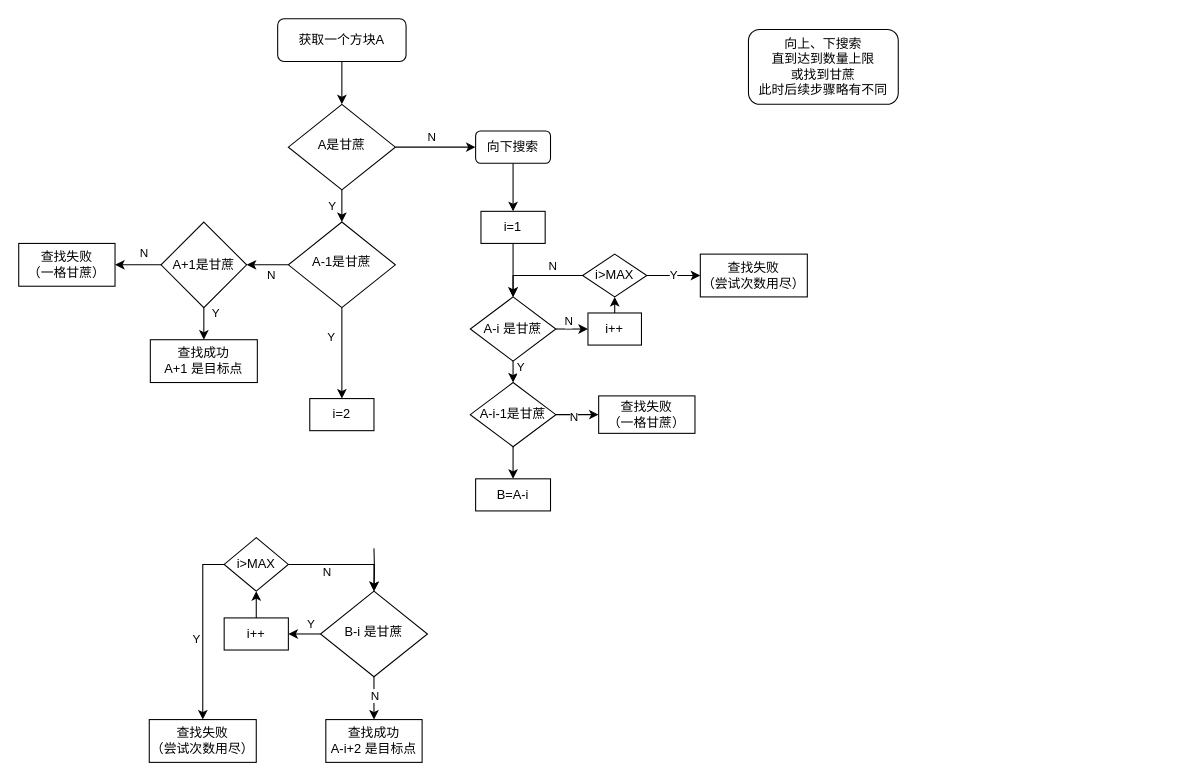
The draw.io diagram Docs/甘蔗寻找算法.drawio in ENIACJushi/TouHouLittleMaidBE, before the edit. Source tidied: cells renumbered, new cells numbered last; positions are measured from the earlier drawing's top-left corner, leaving out a move shared by most shapes. Both pictures are drawn from the tidied source at 107%, with x=0, y=0 at pixel (18, 18).
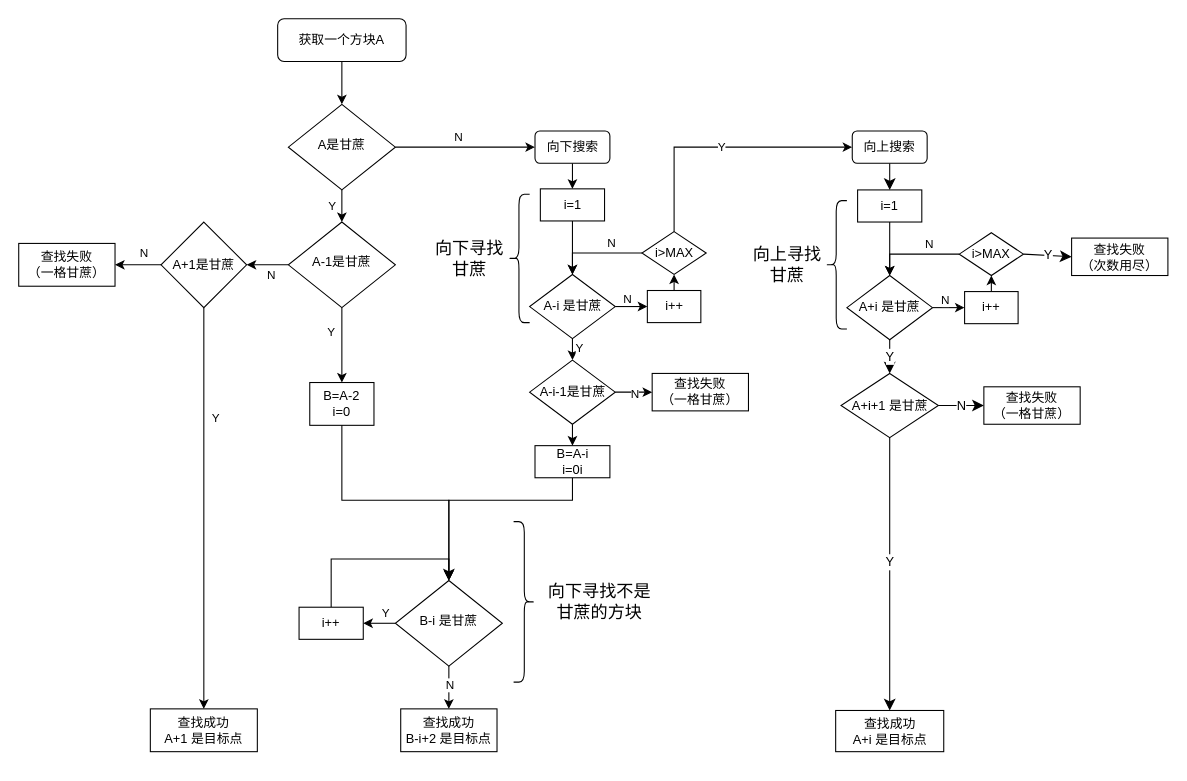
Above is the later version.

The edit, as a diff of the source:
```diff
@@
-    <mxCell id="13" style="edgeStyle=orthogonalEdgeStyle;rounded=0;jettySize=auto;html=1;exitX=0.5;exitY=1;exitDx=0;exitDy=0;" parent="1" edge="1" source="17" target="18">
-      <mxGeometry relative="1" as="geometry" />
-    </mxCell>
-    <mxCell id="14" value="N" style="edgeLabel;html=1;align=center;verticalAlign=middle;" parent="13" vertex="1">
-      <mxGeometry x="-0.13" y="1" relative="1" as="geometry">
-        <mxPoint x="-1" as="offset" />
-      </mxGeometry>
-    </mxCell>
-    <mxCell id="15" style="edgeStyle=orthogonalEdgeStyle;rounded=0;jettySize=auto;html=1;exitX=0;exitY=0.5;exitDx=0;exitDy=0;entryX=1;entryY=0.5;entryDx=0;entryDy=0;" parent="1" edge="1" source="17" target="30">
-      <mxGeometry relative="1" as="geometry" />
-    </mxCell>
-    <mxCell id="16" value="Y" style="edgeLabel;html=1;align=center;verticalAlign=middle;" parent="15" vertex="1">
-      <mxGeometry x="-0.34" relative="1" as="geometry">
-        <mxPoint y="-10" as="offset" />
-      </mxGeometry>
-    </mxCell>
-    <mxCell id="17" value="B-i 是甘蔗" style="rhombus;whiteSpace=wrap;html=1;shadow=0;fontFamily=Helvetica;fontSize=12;align=center;strokeWidth=1;spacing=6;spacingTop=-4;" parent="1" vertex="1">
-      <mxGeometry x="282" y="535" width="100" height="80" as="geometry" />
-    </mxCell>
-    <mxCell id="18" value="查找成功&lt;br&gt;A-i+2 是目标点" style="rounded=0;whiteSpace=wrap;html=1;" parent="1" vertex="1">
-      <mxGeometry x="287" y="655" width="90" height="40" as="geometry" />
-    </mxCell>
@@
-    <mxCell id="25" value="向上、下搜索&lt;br&gt;直到达到数量上限&lt;br&gt;或找到甘蔗&lt;br&gt;此时后续步骤略有不同" style="rounded=1;whiteSpace=wrap;html=1;" parent="1" vertex="1">
-      <mxGeometry x="682" y="10" width="140" height="70" as="geometry" />
-    </mxCell>
     <mxCell id="26" value="查找成功&lt;br&gt;A+1 是目标点" style="rounded=0;whiteSpace=wrap;html=1;" parent="1" vertex="1">
-      <mxGeometry x="123" y="300" width="100" height="40" as="geometry" />
+      <mxGeometry x="123" y="645" width="100" height="40" as="geometry" />
     </mxCell>
-    <mxCell id="27" style="edgeStyle=orthogonalEdgeStyle;rounded=0;jettySize=auto;html=1;exitX=0.5;exitY=1;exitDx=0;exitDy=0;entryX=0.5;entryY=0;entryDx=0;entryDy=0;" parent="1" edge="1" target="17">
-      <mxGeometry relative="1" as="geometry">
-        <mxPoint x="332" y="495" as="sourcePoint" />
-      </mxGeometry>
-    </mxCell>
-    <mxCell id="28" value="i=2" style="rounded=0;whiteSpace=wrap;html=1;" parent="1" vertex="1">
-      <mxGeometry x="272" y="355" width="60" height="30" as="geometry" />
-    </mxCell>
-    <mxCell id="29" style="edgeStyle=orthogonalEdgeStyle;rounded=0;jettySize=auto;html=1;exitX=0.5;exitY=0;exitDx=0;exitDy=0;entryX=0.5;entryY=1;entryDx=0;entryDy=0;" parent="1" edge="1" source="30" target="39">
-      <mxGeometry relative="1" as="geometry" />
-    </mxCell>
-    <mxCell id="30" value="i++" style="rounded=0;whiteSpace=wrap;html=1;" parent="1" vertex="1">
-      <mxGeometry x="192" y="560" width="60" height="30" as="geometry" />
-    </mxCell>
@@
     <mxCell id="32" value="i=1" style="whiteSpace=wrap;html=1;" parent="1" vertex="1">
-      <mxGeometry x="432" y="180" width="60" height="30" as="geometry" />
+      <mxGeometry x="487.5" y="159" width="60" height="30" as="geometry" />
     </mxCell>
@@
     <mxCell id="34" value="向下搜索" style="rounded=1;whiteSpace=wrap;html=1;" parent="1" vertex="1">
-      <mxGeometry x="427" y="105" width="70" height="30" as="geometry" />
+      <mxGeometry x="482.5" y="105" width="70" height="30" as="geometry" />
     </mxCell>
-    <mxCell id="35" style="edgeStyle=orthogonalEdgeStyle;rounded=0;jettySize=auto;html=1;exitX=1;exitY=0.5;exitDx=0;exitDy=0;entryX=0.5;entryY=0;entryDx=0;entryDy=0;" parent="1" edge="1" source="39" target="17">
-      <mxGeometry relative="1" as="geometry" />
-    </mxCell>
-    <mxCell id="36" value="N" style="edgeLabel;html=1;align=center;verticalAlign=middle;" parent="35" vertex="1">
-      <mxGeometry x="-0.34" y="-4" relative="1" as="geometry">
-        <mxPoint y="2" as="offset" />
-      </mxGeometry>
-    </mxCell>
-    <mxCell id="37" style="edgeStyle=orthogonalEdgeStyle;rounded=0;jettySize=auto;html=1;exitX=0;exitY=0.5;exitDx=0;exitDy=0;entryX=0.5;entryY=0;entryDx=0;entryDy=0;" parent="1" edge="1" source="39" target="40">
-      <mxGeometry relative="1" as="geometry" />
-    </mxCell>
-    <mxCell id="38" value="Y" style="edgeLabel;html=1;align=center;verticalAlign=middle;" parent="37" vertex="1">
-      <mxGeometry y="-3" relative="1" as="geometry">
-        <mxPoint x="-4" y="6" as="offset" />
-      </mxGeometry>
-    </mxCell>
-    <mxCell id="39" value="i&amp;gt;MAX" style="rhombus;whiteSpace=wrap;html=1;" parent="1" vertex="1">
-      <mxGeometry x="192" y="485" width="60" height="50" as="geometry" />
-    </mxCell>
-    <mxCell id="40" value="查找失败&lt;br style=&quot;border-color: var(--border-color);&quot;&gt;（尝试次数用尽）" style="rounded=0;whiteSpace=wrap;html=1;" parent="1" vertex="1">
-      <mxGeometry x="122" y="655" width="100" height="40" as="geometry" />
-    </mxCell>
-    <mxCell id="41" style="edgeStyle=orthogonalEdgeStyle;rounded=0;jettySize=auto;html=1;exitX=0.5;exitY=1;exitDx=0;exitDy=0;entryX=0.5;entryY=0;entryDx=0;entryDy=0;" parent="1" edge="1" target="57">
-      <mxGeometry relative="1" as="geometry">
-        <mxPoint x="462" y="315" as="sourcePoint" />
-      </mxGeometry>
+    <mxCell id="41" style="edgeStyle=orthogonalEdgeStyle;rounded=0;jettySize=auto;html=1;exitX=0.5;exitY=1;exitDx=0;exitDy=0;entryX=0.5;entryY=0;entryDx=0;entryDy=0;" parent="1" edge="1" source="45" target="57">
+      <mxGeometry relative="1" as="geometry" />
     </mxCell>
@@
     <mxCell id="45" value="A-i 是甘蔗" style="rhombus;whiteSpace=wrap;html=1;" parent="1" vertex="1">
-      <mxGeometry x="422" y="260" width="80" height="60" as="geometry" />
+      <mxGeometry x="477.5" y="239" width="80" height="60" as="geometry" />
     </mxCell>
@@
     <mxCell id="47" value="i++" style="rounded=0;whiteSpace=wrap;html=1;" parent="1" vertex="1">
-      <mxGeometry x="532" y="275" width="50" height="30" as="geometry" />
+      <mxGeometry x="587.5" y="254" width="50" height="30" as="geometry" />
     </mxCell>
@@
-    <mxCell id="50" value="Y" style="edgeStyle=orthogonalEdgeStyle;rounded=0;jettySize=auto;html=1;exitX=1;exitY=0.5;exitDx=0;exitDy=0;entryX=0;entryY=0.5;entryDx=0;entryDy=0;" parent="1" edge="1" source="51" target="52">
+    <mxCell id="50" value="Y" style="edgeStyle=orthogonalEdgeStyle;rounded=0;jettySize=auto;html=1;exitX=0.5;exitY=0;exitDx=0;exitDy=0;entryX=0;entryY=0.5;entryDx=0;entryDy=0;" parent="1" edge="1" source="51" target="71">
       <mxGeometry relative="1" as="geometry" />
     </mxCell>
     <mxCell id="51" value="i&amp;gt;MAX" style="rhombus;whiteSpace=wrap;html=1;" parent="1" vertex="1">
-      <mxGeometry x="527" y="220" width="60" height="40" as="geometry" />
+      <mxGeometry x="582.5" y="199" width="60" height="40" as="geometry" />
     </mxCell>
-    <mxCell id="52" value="查找失败&lt;br&gt;（尝试次数用尽）" style="rounded=0;whiteSpace=wrap;html=1;" parent="1" vertex="1">
-      <mxGeometry x="637" y="220" width="100" height="40" as="geometry" />
-    </mxCell>
+    <mxCell id="59" style="edgeStyle=orthogonalEdgeStyle;rounded=0;jettySize=auto;html=1;exitX=0.5;exitY=1;exitDx=0;exitDy=0;fontSize=12;startSize=8;endSize=8;" parent="1" edge="1" source="53" target="17">
+      <mxGeometry relative="1" as="geometry">
+        <Array as="points">
+          <mxPoint x="518" y="450" />
+          <mxPoint x="402" y="450" />
+        </Array>
+      </mxGeometry>
+    </mxCell>
-    <mxCell id="53" value="B=A-i" style="rounded=0;whiteSpace=wrap;html=1;" parent="1" vertex="1">
-      <mxGeometry x="427" y="430" width="70" height="30" as="geometry" />
+    <mxCell id="53" value="&lt;div&gt;&lt;span style=&quot;background-color: initial;&quot;&gt;B=A-i&lt;/span&gt;&lt;/div&gt;&lt;div&gt;i=0&lt;span style=&quot;background-color: initial;&quot;&gt;i&lt;/span&gt;&lt;/div&gt;&lt;div&gt;&lt;/div&gt;" style="rounded=0;whiteSpace=wrap;html=1;" parent="1" vertex="1">
+      <mxGeometry x="482.5" y="399" width="70" height="30" as="geometry" />
     </mxCell>
@@
     <mxCell id="57" value="A-i-1是甘蔗" style="rhombus;whiteSpace=wrap;html=1;" parent="1" vertex="1">
-      <mxGeometry x="422" y="340" width="80" height="60" as="geometry" />
+      <mxGeometry x="477.5" y="319" width="80" height="60" as="geometry" />
     </mxCell>
     <mxCell id="58" value="查找失败&lt;br&gt;（一格甘蔗）" style="rounded=0;whiteSpace=wrap;html=1;" parent="1" vertex="1">
-      <mxGeometry x="542" y="352.5" width="90" height="35" as="geometry" />
+      <mxGeometry x="592" y="331.5" width="90" height="35" as="geometry" />
     </mxCell>
+    <mxCell id="28" value="&lt;span style=&quot;background-color: initial;&quot;&gt;B=A-2&lt;/span&gt;&lt;div&gt;i=0&lt;/div&gt;" style="rounded=0;whiteSpace=wrap;html=1;" parent="1" vertex="1">
+      <mxGeometry x="272" y="340" width="60" height="40" as="geometry" />
+    </mxCell>
+    <mxCell id="27" style="edgeStyle=orthogonalEdgeStyle;rounded=0;jettySize=auto;html=1;exitX=0.5;exitY=1;exitDx=0;exitDy=0;" parent="1" edge="1" source="28" target="17">
+      <mxGeometry relative="1" as="geometry">
+        <Array as="points">
+          <mxPoint x="302" y="450" />
+          <mxPoint x="402" y="450" />
+        </Array>
+      </mxGeometry>
+    </mxCell>
+    <mxCell id="60" style="edgeStyle=orthogonalEdgeStyle;rounded=0;jettySize=auto;html=1;exitX=0.5;exitY=1;exitDx=0;exitDy=0;" parent="1" edge="1" source="17" target="64">
+      <mxGeometry relative="1" as="geometry" />
+    </mxCell>
+    <mxCell id="61" value="N" style="edgeLabel;html=1;align=center;verticalAlign=middle;" parent="60" vertex="1">
+      <mxGeometry x="-0.13" y="1" relative="1" as="geometry">
+        <mxPoint x="-1" as="offset" />
+      </mxGeometry>
+    </mxCell>
+    <mxCell id="62" style="edgeStyle=orthogonalEdgeStyle;rounded=0;jettySize=auto;html=1;exitX=0;exitY=0.5;exitDx=0;exitDy=0;entryX=1;entryY=0.5;entryDx=0;entryDy=0;" parent="1" edge="1" source="17" target="66">
+      <mxGeometry relative="1" as="geometry" />
+    </mxCell>
+    <mxCell id="63" value="Y" style="edgeLabel;html=1;align=center;verticalAlign=middle;" parent="62" vertex="1">
+      <mxGeometry x="-0.34" relative="1" as="geometry">
+        <mxPoint y="-10" as="offset" />
+      </mxGeometry>
+    </mxCell>
+    <mxCell id="17" value="B-i 是甘蔗" style="rhombus;whiteSpace=wrap;html=1;shadow=0;fontFamily=Helvetica;fontSize=12;align=center;strokeWidth=1;spacing=6;spacingTop=-4;" parent="1" vertex="1">
+      <mxGeometry x="352" y="525" width="100" height="80" as="geometry" />
+    </mxCell>
+    <mxCell id="64" value="查找成功&lt;br&gt;B-i+2 是目标点" style="rounded=0;whiteSpace=wrap;html=1;" parent="1" vertex="1">
+      <mxGeometry x="357" y="645" width="90" height="40" as="geometry" />
+    </mxCell>
+    <mxCell id="65" style="edgeStyle=orthogonalEdgeStyle;rounded=0;jettySize=auto;html=1;exitX=0.5;exitY=0;exitDx=0;exitDy=0;entryX=0.5;entryY=0;entryDx=0;entryDy=0;" parent="1" edge="1" source="66" target="17">
+      <mxGeometry relative="1" as="geometry" />
+    </mxCell>
+    <mxCell id="66" value="i++" style="rounded=0;whiteSpace=wrap;html=1;" parent="1" vertex="1">
+      <mxGeometry x="262" y="550" width="60" height="30" as="geometry" />
+    </mxCell>
+    <mxCell id="67" value="向下寻找不是甘蔗的方块" style="text;html=1;align=center;verticalAlign=middle;whiteSpace=wrap;rounded=0;fontSize=16;" parent="1" vertex="1">
+      <mxGeometry x="487.5" y="530" width="110" height="30" as="geometry" />
+    </mxCell>
+    <mxCell id="68" value="向下寻找甘蔗" style="text;html=1;align=center;verticalAlign=middle;whiteSpace=wrap;rounded=0;fontSize=16;" parent="1" vertex="1">
+      <mxGeometry x="385" y="209" width="72.5" height="30" as="geometry" />
+    </mxCell>
+    <mxCell id="69" style="shape=curlyBracket;whiteSpace=wrap;html=1;rounded=1;labelPosition=left;verticalLabelPosition=middle;align=right;verticalAlign=middle;size=0.5;" parent="1" vertex="1">
+      <mxGeometry x="457.5" y="164" width="20" height="120" as="geometry" />
+    </mxCell>
+    <mxCell id="70" style="edgeStyle=none;curved=1;rounded=0;jettySize=auto;html=1;exitX=0.5;exitY=1;exitDx=0;exitDy=0;entryX=0.5;entryY=0;entryDx=0;entryDy=0;fontSize=12;startSize=8;endSize=8;" parent="1" edge="1" source="71" target="73">
+      <mxGeometry relative="1" as="geometry" />
+    </mxCell>
+    <mxCell id="71" value="向上搜索" style="rounded=1;whiteSpace=wrap;html=1;" parent="1" vertex="1">
+      <mxGeometry x="779" y="105" width="70" height="30" as="geometry" />
+    </mxCell>
+    <mxCell id="72" style="edgeStyle=orthogonalEdgeStyle;rounded=0;jettySize=auto;html=1;exitX=0.5;exitY=1;exitDx=0;exitDy=0;entryX=0.5;entryY=0;entryDx=0;entryDy=0;" parent="1" edge="1" source="73" target="77">
+      <mxGeometry relative="1" as="geometry" />
+    </mxCell>
+    <mxCell id="73" value="i=1" style="whiteSpace=wrap;html=1;" parent="1" vertex="1">
+      <mxGeometry x="784" y="160" width="60" height="30" as="geometry" />
+    </mxCell>
+    <mxCell id="74" style="edgeStyle=orthogonalEdgeStyle;rounded=0;jettySize=auto;html=1;exitX=1;exitY=0.5;exitDx=0;exitDy=0;entryX=0;entryY=0.5;entryDx=0;entryDy=0;" parent="1" edge="1" source="77" target="79">
+      <mxGeometry relative="1" as="geometry" />
+    </mxCell>
+    <mxCell id="75" value="N" style="edgeLabel;html=1;align=center;verticalAlign=middle;" parent="74" vertex="1">
+      <mxGeometry x="-0.18" y="3" relative="1" as="geometry">
+        <mxPoint x="-1" y="-5" as="offset" />
+      </mxGeometry>
+    </mxCell>
+    <mxCell id="76" value="Y" style="edgeStyle=none;curved=1;rounded=0;jettySize=auto;html=1;fontSize=12;startSize=8;endSize=8;" parent="1" edge="1" source="77" target="88">
+      <mxGeometry relative="1" as="geometry" />
+    </mxCell>
+    <mxCell id="77" value="A+i 是甘蔗" style="rhombus;whiteSpace=wrap;html=1;" parent="1" vertex="1">
+      <mxGeometry x="774" y="240" width="80" height="60" as="geometry" />
+    </mxCell>
+    <mxCell id="78" style="edgeStyle=orthogonalEdgeStyle;rounded=0;jettySize=auto;html=1;exitX=0.5;exitY=0;exitDx=0;exitDy=0;entryX=0.5;entryY=1;entryDx=0;entryDy=0;" parent="1" edge="1" source="79" target="39">
+      <mxGeometry relative="1" as="geometry" />
+    </mxCell>
+    <mxCell id="79" value="i++" style="rounded=0;whiteSpace=wrap;html=1;" parent="1" vertex="1">
+      <mxGeometry x="884" y="255" width="50" height="30" as="geometry" />
+    </mxCell>
+    <mxCell id="80" style="edgeStyle=orthogonalEdgeStyle;rounded=0;jettySize=auto;html=1;exitX=0;exitY=0.5;exitDx=0;exitDy=0;entryX=0.5;entryY=0;entryDx=0;entryDy=0;" parent="1" edge="1" source="39" target="77">
+      <mxGeometry relative="1" as="geometry" />
+    </mxCell>
+    <mxCell id="81" value="N" style="edgeLabel;html=1;align=center;verticalAlign=middle;" parent="80" vertex="1">
+      <mxGeometry x="-0.18" y="-1" relative="1" as="geometry">
+        <mxPoint x="6" y="-9" as="offset" />
+      </mxGeometry>
+    </mxCell>
+    <mxCell id="82" value="Y" style="edgeStyle=none;curved=1;rounded=0;jettySize=auto;html=1;exitX=1;exitY=0.5;exitDx=0;exitDy=0;fontSize=12;startSize=8;endSize=8;entryX=0;entryY=0.5;entryDx=0;entryDy=0;" parent="1" edge="1" source="39" target="89">
+      <mxGeometry relative="1" as="geometry" />
+    </mxCell>
+    <mxCell id="39" value="i&amp;gt;MAX" style="rhombus;whiteSpace=wrap;html=1;" parent="1" vertex="1">
+      <mxGeometry x="879" y="200" width="60" height="40" as="geometry" />
+    </mxCell>
+    <mxCell id="83" value="向上寻找甘蔗" style="text;html=1;align=center;verticalAlign=middle;whiteSpace=wrap;rounded=0;fontSize=16;" parent="1" vertex="1">
+      <mxGeometry x="681.5" y="215" width="72.5" height="30" as="geometry" />
+    </mxCell>
+    <mxCell id="84" style="shape=curlyBracket;whiteSpace=wrap;html=1;rounded=1;labelPosition=left;verticalLabelPosition=middle;align=right;verticalAlign=middle;size=0.5;" parent="1" vertex="1">
+      <mxGeometry x="754" y="170" width="20" height="120" as="geometry" />
+    </mxCell>
+    <mxCell id="85" value="N" style="edgeStyle=none;curved=1;rounded=0;jettySize=auto;html=1;exitX=1;exitY=0.5;exitDx=0;exitDy=0;entryX=0;entryY=0.5;entryDx=0;entryDy=0;fontSize=12;startSize=8;endSize=8;" parent="1" edge="1" source="88" target="90">
+      <mxGeometry relative="1" as="geometry" />
+    </mxCell>
+    <mxCell id="86" style="edgeStyle=none;curved=1;rounded=0;jettySize=auto;html=1;fontSize=12;startSize=8;endSize=8;" parent="1" edge="1" source="88" target="91">
+      <mxGeometry relative="1" as="geometry" />
+    </mxCell>
+    <mxCell id="87" value="Y" style="edgeLabel;html=1;align=center;verticalAlign=middle;fontSize=12;" parent="86" vertex="1">
+      <mxGeometry x="-0.09" y="1" relative="1" as="geometry">
+        <mxPoint x="-2" as="offset" />
+      </mxGeometry>
+    </mxCell>
+    <mxCell id="88" value="A+i+1 是甘蔗" style="rhombus;whiteSpace=wrap;html=1;" parent="1" vertex="1">
+      <mxGeometry x="768.5" y="331.5" width="91" height="60" as="geometry" />
+    </mxCell>
+    <mxCell id="89" value="查找失败&lt;br&gt;（次数用尽）" style="rounded=0;whiteSpace=wrap;html=1;" parent="1" vertex="1">
+      <mxGeometry x="984" y="205" width="90" height="35" as="geometry" />
+    </mxCell>
+    <mxCell id="90" value="查找失败&lt;br&gt;（一格甘蔗）" style="rounded=0;whiteSpace=wrap;html=1;" parent="1" vertex="1">
+      <mxGeometry x="902" y="344" width="90" height="35" as="geometry" />
+    </mxCell>
+    <mxCell id="91" value="查找成功&lt;br&gt;A+i 是目标点" style="whiteSpace=wrap;html=1;" parent="1" vertex="1">
+      <mxGeometry x="763.5" y="646.5" width="101" height="38.5" as="geometry" />
+    </mxCell>
+    <mxCell id="92" style="shape=curlyBracket;whiteSpace=wrap;html=1;rounded=1;flipH=1;labelPosition=right;verticalLabelPosition=middle;align=left;verticalAlign=middle;" parent="1" vertex="1">
+      <mxGeometry x="462.5" y="470" width="20" height="150" as="geometry" />
+    </mxCell>
```
